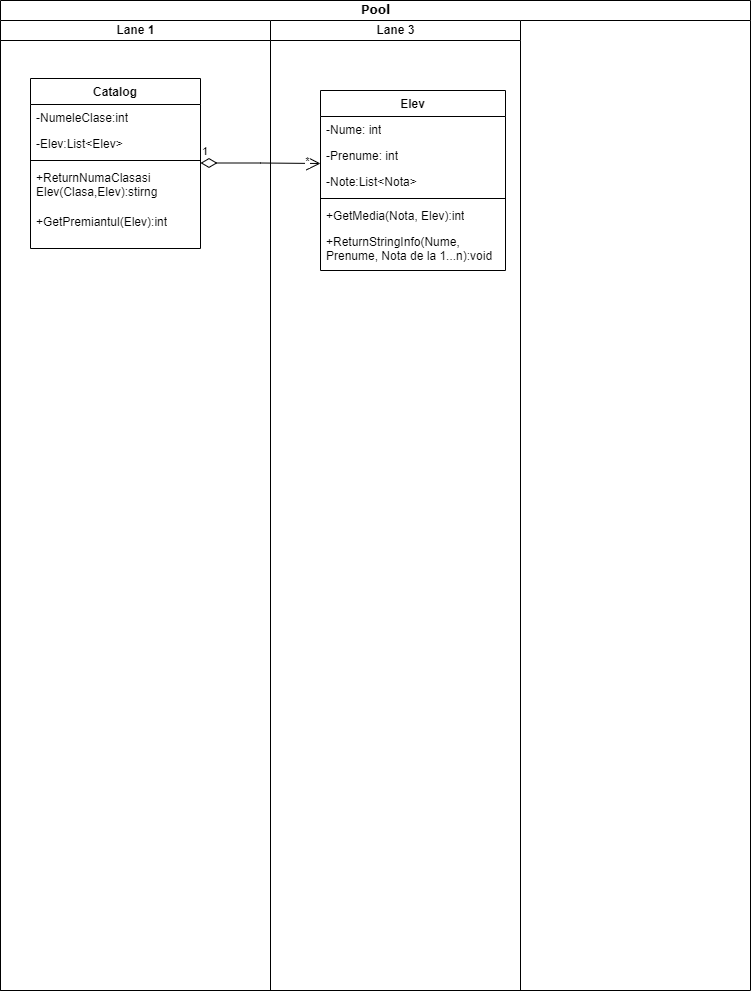
Earlier version of the draw.io export Catalog.drawio.png (AdinaSerediuc/Lab5Prob). Source tidied: cells renumbered, new cells last; positions are measured from the earlier drawing's top-left corner, leaving out a move shared by most shapes.
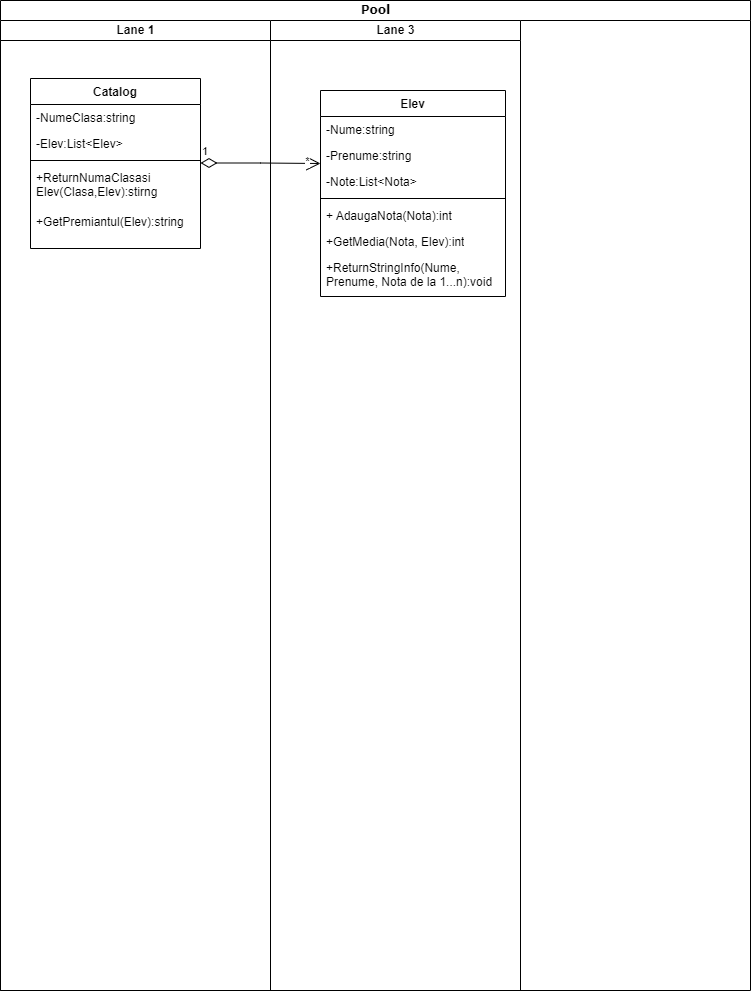
The same diagram one commit later.

The edit, as a diff of the source:
```diff
@@ -11,7 +11,7 @@
     <mxCell id="4" value="Catalog" style="swimlane;fontStyle=1;align=center;verticalAlign=top;horizontal=1;startSize=26;whiteSpace=wrap;html=1;" parent="3" vertex="1">
       <mxGeometry x="30" y="58" width="170" height="170" as="geometry" />
     </mxCell>
-    <mxCell id="5" value="-NumeleClase:int" style="text;strokeColor=none;fillColor=none;align=left;verticalAlign=top;spacingLeft=4;spacingRight=4;overflow=hidden;whiteSpace=wrap;html=1;" parent="4" vertex="1">
+    <mxCell id="5" value="-NumeClasa:string" style="text;strokeColor=none;fillColor=none;align=left;verticalAlign=top;spacingLeft=4;spacingRight=4;overflow=hidden;whiteSpace=wrap;html=1;" parent="4" vertex="1">
       <mxGeometry y="26" width="170" height="26" as="geometry" />
     </mxCell>
     <mxCell id="6" value="-Elev:List&amp;lt;Elev&amp;gt;" style="text;strokeColor=none;fillColor=none;align=left;verticalAlign=top;spacingLeft=4;spacingRight=4;overflow=hidden;whiteSpace=wrap;html=1;" parent="4" vertex="1">
@@ -23,7 +23,7 @@
     <mxCell id="8" value="+ReturnNumaClasasi Elev(Clasa,Elev):stirng" style="text;strokeColor=none;fillColor=none;align=left;verticalAlign=top;spacingLeft=4;spacingRight=4;overflow=hidden;whiteSpace=wrap;html=1;" parent="4" vertex="1">
       <mxGeometry y="86" width="170" height="44" as="geometry" />
     </mxCell>
-    <mxCell id="9" value="+GetPremiantul(Elev):int" style="text;strokeColor=none;fillColor=none;align=left;verticalAlign=top;spacingLeft=4;spacingRight=4;overflow=hidden;whiteSpace=wrap;html=1;" parent="4" vertex="1">
+    <mxCell id="9" value="+GetPremiantul(Elev):string" style="text;strokeColor=none;fillColor=none;align=left;verticalAlign=top;spacingLeft=4;spacingRight=4;overflow=hidden;whiteSpace=wrap;html=1;" parent="4" vertex="1">
       <mxGeometry y="130" width="170" height="40" as="geometry" />
     </mxCell>
     <mxCell id="10" value="1" style="endArrow=open;html=1;endSize=12;startArrow=diamondThin;startSize=14;startFill=0;edgeStyle=orthogonalEdgeStyle;align=left;verticalAlign=bottom;rounded=0;" parent="3" edge="1">
@@ -43,12 +43,12 @@
       <mxGeometry x="270" y="20" width="250" height="970" as="geometry" />
     </mxCell>
     <mxCell id="13" value="Elev" style="swimlane;fontStyle=1;align=center;verticalAlign=top;horizontal=1;startSize=26;whiteSpace=wrap;html=1;" parent="12" vertex="1">
-      <mxGeometry x="50" y="70" width="185" height="180" as="geometry" />
+      <mxGeometry x="50" y="70" width="185" height="206" as="geometry" />
     </mxCell>
-    <mxCell id="14" value="-Nume: int" style="text;strokeColor=none;fillColor=none;align=left;verticalAlign=top;spacingLeft=4;spacingRight=4;overflow=hidden;whiteSpace=wrap;html=1;" parent="13" vertex="1">
+    <mxCell id="14" value="-Nume:string" style="text;strokeColor=none;fillColor=none;align=left;verticalAlign=top;spacingLeft=4;spacingRight=4;overflow=hidden;whiteSpace=wrap;html=1;" parent="13" vertex="1">
       <mxGeometry y="26" width="185" height="26" as="geometry" />
     </mxCell>
-    <mxCell id="15" value="-Prenume: int" style="text;strokeColor=none;fillColor=none;align=left;verticalAlign=top;spacingLeft=4;spacingRight=4;overflow=hidden;whiteSpace=wrap;html=1;" parent="13" vertex="1">
+    <mxCell id="15" value="-Prenume:string" style="text;strokeColor=none;fillColor=none;align=left;verticalAlign=top;spacingLeft=4;spacingRight=4;overflow=hidden;whiteSpace=wrap;html=1;" parent="13" vertex="1">
       <mxGeometry y="52" width="185" height="26" as="geometry" />
     </mxCell>
     <mxCell id="16" value="-Note:List&amp;lt;Nota&amp;gt;" style="text;strokeColor=none;fillColor=none;align=left;verticalAlign=top;spacingLeft=4;spacingRight=4;overflow=hidden;whiteSpace=wrap;html=1;" parent="13" vertex="1">
@@ -57,11 +57,14 @@
     <mxCell id="17" style="line;strokeWidth=1;fillColor=none;align=left;verticalAlign=middle;spacingTop=-1;spacingLeft=3;spacingRight=3;labelPosition=right;strokeColor=inherit;" parent="13" vertex="1">
       <mxGeometry y="104" width="185" height="8" as="geometry" />
     </mxCell>
+    <mxCell id="20" value="+ AdaugaNota(Nota):int" style="text;strokeColor=none;fillColor=none;align=left;verticalAlign=top;spacingLeft=4;spacingRight=4;overflow=hidden;whiteSpace=wrap;html=1;" parent="13" vertex="1">
+      <mxGeometry y="112" width="185" height="26" as="geometry" />
+    </mxCell>
     <mxCell id="18" value="+GetMedia(Nota, Elev):int" style="text;strokeColor=none;fillColor=none;align=left;verticalAlign=top;spacingLeft=4;spacingRight=4;overflow=hidden;whiteSpace=wrap;html=1;" parent="13" vertex="1">
-      <mxGeometry y="112" width="185" height="26" as="geometry" />
+      <mxGeometry y="138" width="185" height="26" as="geometry" />
     </mxCell>
     <mxCell id="19" value="+ReturnStringInfo(Nume, Prenume, Nota de la 1...n):void" style="text;strokeColor=none;fillColor=none;align=left;verticalAlign=top;spacingLeft=4;spacingRight=4;overflow=hidden;whiteSpace=wrap;html=1;" parent="13" vertex="1">
-      <mxGeometry y="138" width="185" height="42" as="geometry" />
+      <mxGeometry y="164" width="185" height="42" as="geometry" />
     </mxCell>
   </root>
 </mxGraphModel>
```
